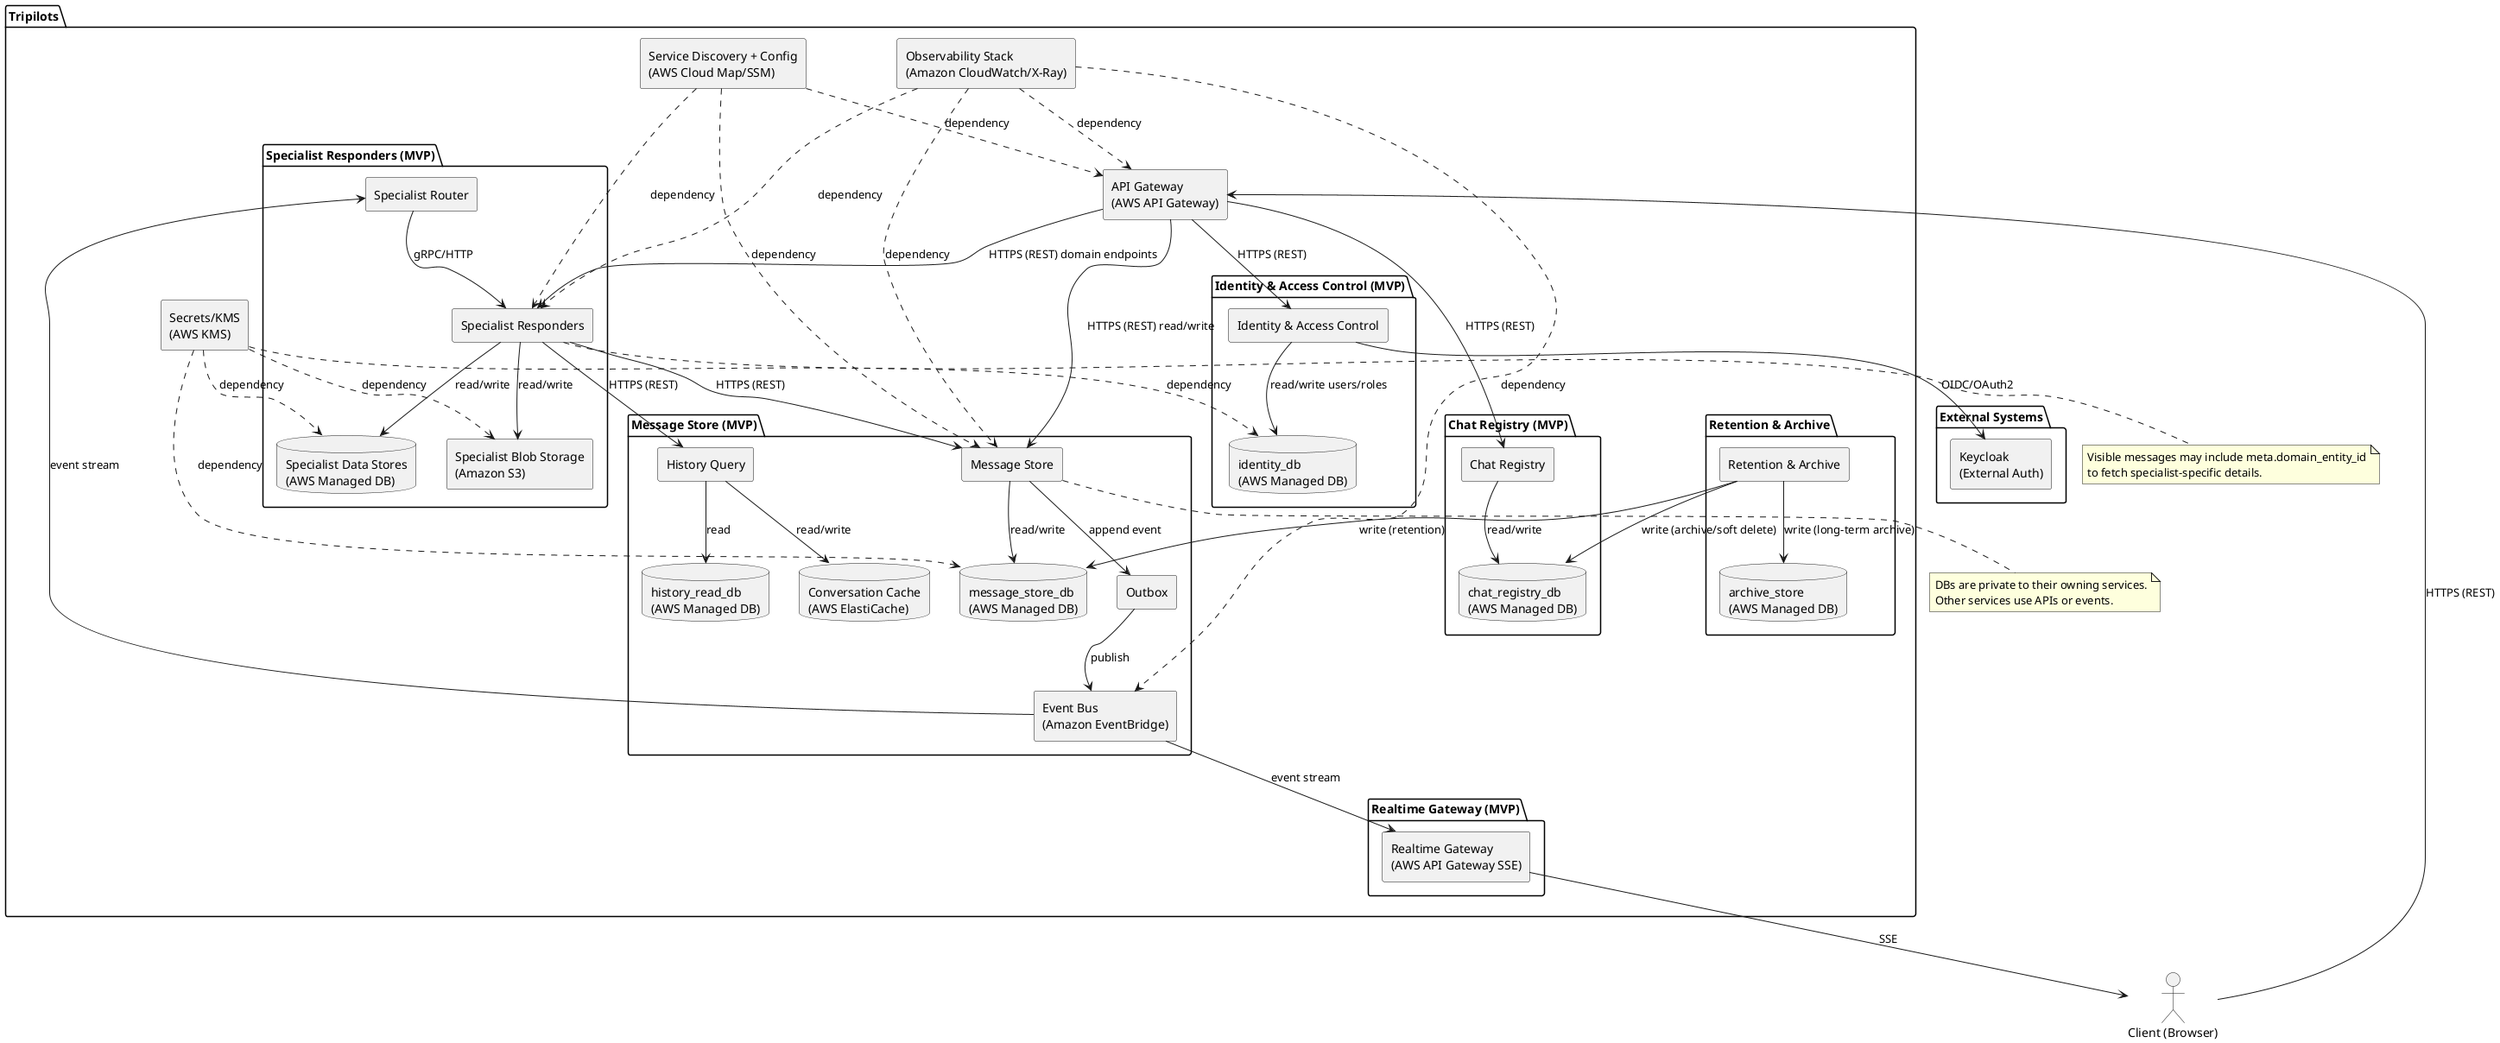
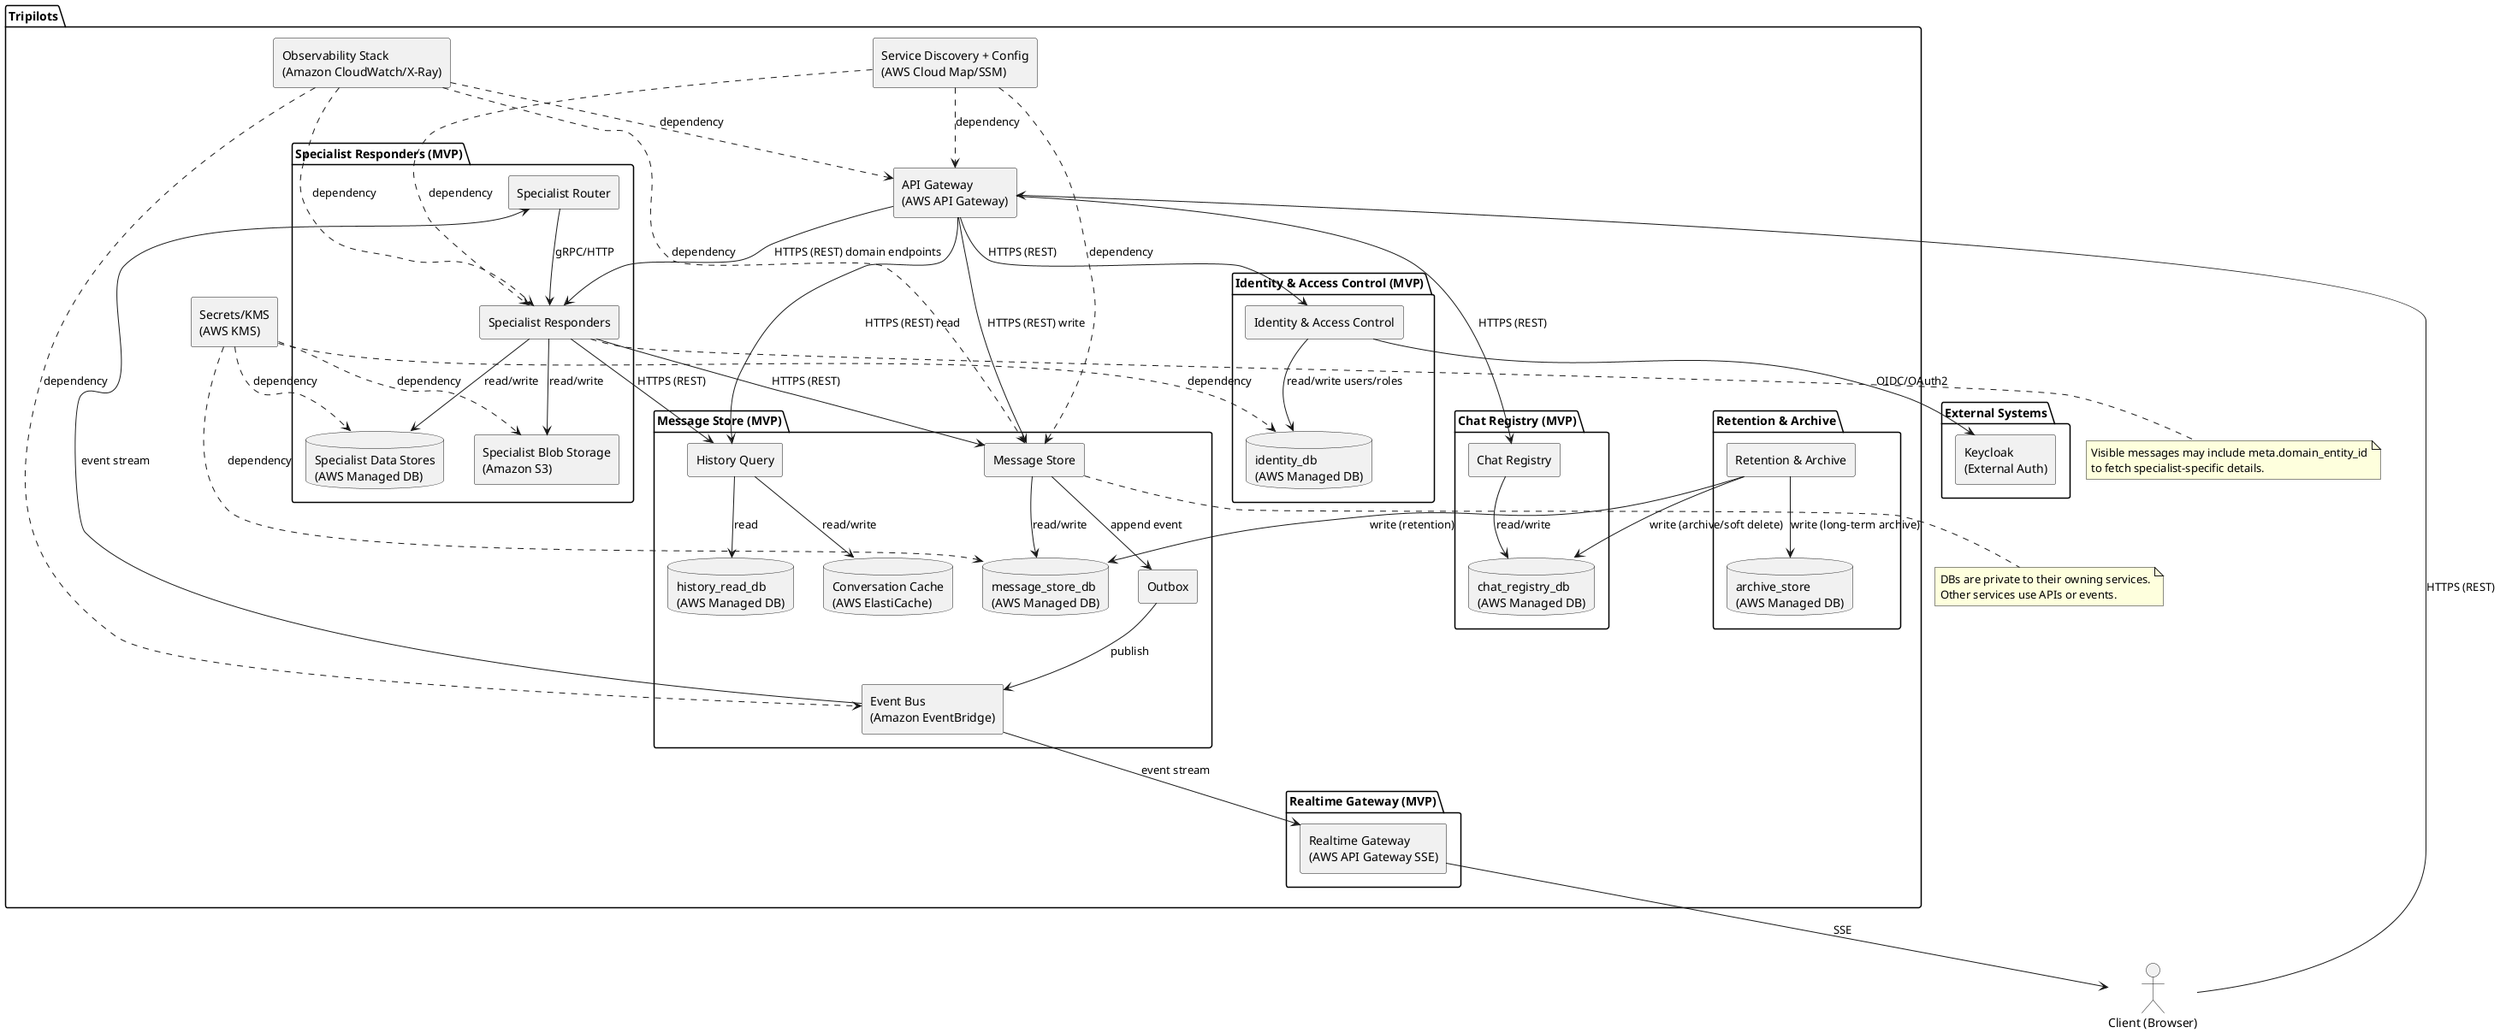
@startuml
skinparam componentStyle rectangle

actor "Client (Browser)" as Client

package "External Systems" {
  component "Keycloak\n(External Auth)" as Keycloak
}

package "Tripilots" {
  component "API Gateway\n(AWS API Gateway)" as APIGW

  package "Identity & Access Control (MVP)" {
    component "Identity & Access Control" as IAM
    database "identity_db\n(AWS Managed DB)" as IdentityDB
  }

  package "Chat Registry (MVP)" {
    component "Chat Registry" as ChatReg
    database "chat_registry_db\n(AWS Managed DB)" as ChatRegDB
  }

  package "Message Store (MVP)" {
    component "Message Store" as MsgStore
    component "Outbox" as Outbox
    component "Event Bus\n(Amazon EventBridge)" as EventBus
    component "History Query" as HistoryQuery
    database "Conversation Cache\n(AWS ElastiCache)" as ConvCache
    database "message_store_db\n(AWS Managed DB)" as MsgDB
    database "history_read_db\n(AWS Managed DB)" as HistoryDB
  }

  package "Realtime Gateway (MVP)" {
    component "Realtime Gateway\n(AWS API Gateway SSE)" as RTGW
  }

  package "Specialist Responders (MVP)" {
    component "Specialist Router" as SpecRouter
    component "Specialist Responders" as Specialists
    database "Specialist Data Stores\n(AWS Managed DB)" as SpecDB
    component "Specialist Blob Storage\n(Amazon S3)" as SpecBlob
  }

  package "Retention & Archive" {
    component "Retention & Archive" as Retention
    database "archive_store\n(AWS Managed DB)" as ArchiveDB
  }

  component "Observability Stack\n(Amazon CloudWatch/X-Ray)" as Obs
  component "Service Discovery + Config\n(AWS Cloud Map/SSM)" as SDC
  component "Secrets/KMS\n(AWS KMS)" as KMS
}

Client --> APIGW : HTTPS (REST)
APIGW --> IAM : HTTPS (REST)
IAM --> Keycloak : OIDC/OAuth2
IAM --> IdentityDB : read/write users/roles

APIGW --> ChatReg : HTTPS (REST)
ChatReg --> ChatRegDB : read/write

- APIGW --> MsgStore : HTTPS (REST) read/write
+ APIGW --> MsgStore : HTTPS (REST) write
+ APIGW --> HistoryQuery : HTTPS (REST) read
MsgStore --> MsgDB : read/write
MsgStore --> Outbox : append event
Outbox --> EventBus : publish

EventBus --> RTGW : event stream
RTGW --> Client : SSE

EventBus --> SpecRouter : event stream
SpecRouter --> Specialists : gRPC/HTTP
Specialists --> HistoryQuery : HTTPS (REST)
HistoryQuery --> HistoryDB : read
HistoryQuery --> ConvCache : read/write
Specialists --> MsgStore : HTTPS (REST)
Specialists --> SpecDB : read/write
Specialists --> SpecBlob : read/write

APIGW --> Specialists : HTTPS (REST) domain endpoints

Retention --> ChatRegDB : write (archive/soft delete)
Retention --> MsgDB : write (retention)
Retention --> ArchiveDB : write (long-term archive)

Obs ..> APIGW : dependency
Obs ..> MsgStore : dependency
Obs ..> EventBus : dependency
Obs ..> Specialists : dependency

SDC ..> APIGW : dependency
SDC ..> MsgStore : dependency
SDC ..> Specialists : dependency

KMS ..> IdentityDB : dependency
KMS ..> MsgDB : dependency
KMS ..> SpecDB : dependency
KMS ..> SpecBlob : dependency

note bottom of MsgStore
DBs are private to their owning services.
Other services use APIs or events.
end note

note bottom of Specialists
Visible messages may include meta.domain_entity_id
to fetch specialist-specific details.
end note

@enduml
